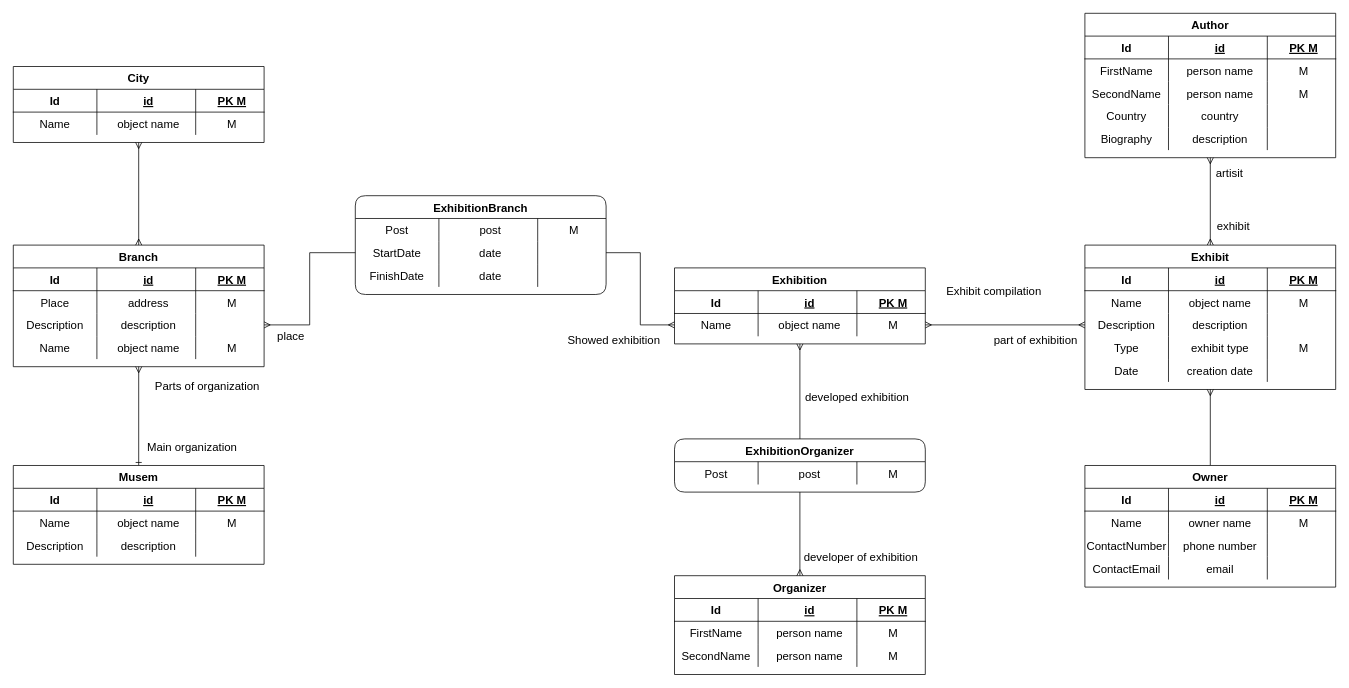
Earlier version of the draw.io diagram Musem.drawio (sergalb/db-musem-project). Source tidied: cells renumbered, new cells numbered last; positions are measured from the earlier drawing's top-left corner, leaving out a move shared by most shapes. Both pictures are drawn from the tidied source at 76%, with x=0, y=0 at pixel (13, 13).
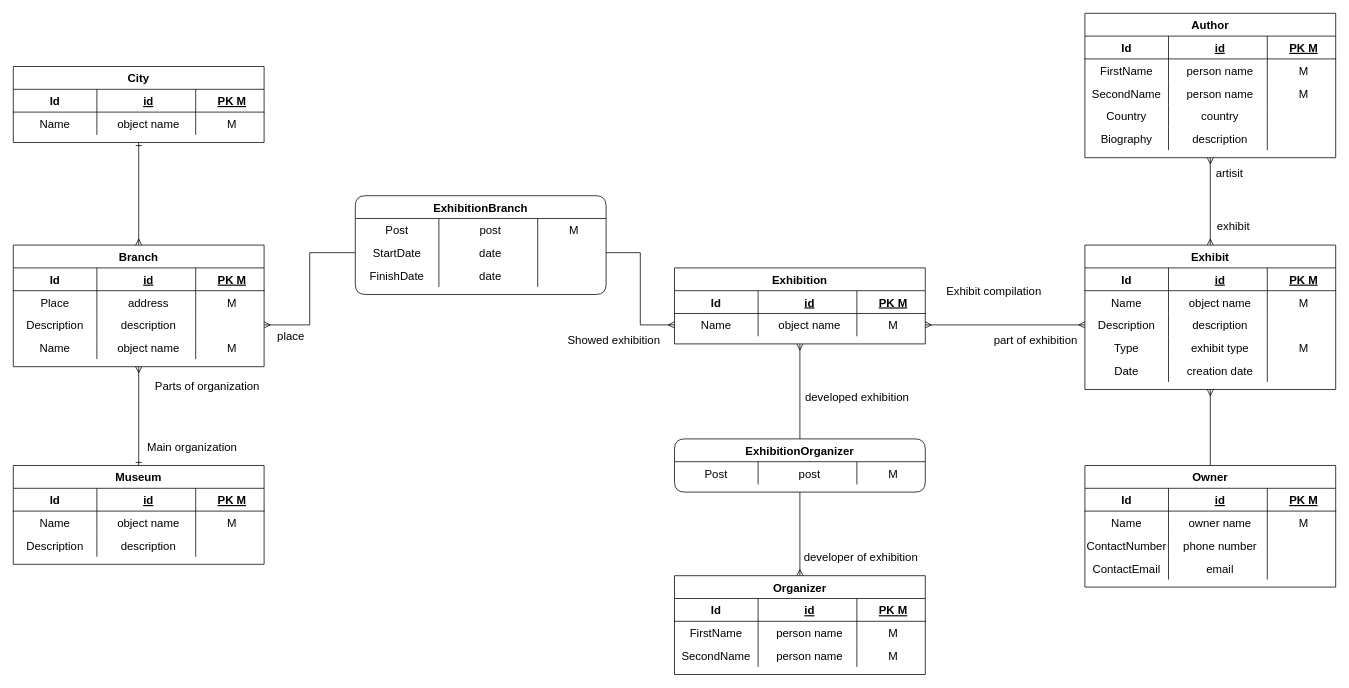
Above is the later version.

The change refers to these unchanged cells:
```xml
<mxCell id="16" value="Branch" style="shape=table;startSize=30;childLayout=tableLayout;rowLines=0;fontStyle=1;align=center;fontSize=15;" parent="1" vertex="1">
  <mxGeometry y="305" width="330" height="160" as="geometry" />
</mxCell>
<mxCell id="150" value="City" style="shape=table;startSize=30;childLayout=tableLayout;rowLines=0;fontStyle=1;align=center;fontSize=15;" parent="1" vertex="1">
  <mxGeometry y="70" width="330" height="100" as="geometry" />
</mxCell>
```

What changed in the source:
```diff
@@
-    <mxCell id="3" value="Musem" style="shape=table;startSize=30;childLayout=tableLayout;rowLines=0;fontStyle=1;align=center;fontSize=15;" parent="1" vertex="1">
+    <mxCell id="3" value="Museum" style="shape=table;startSize=30;childLayout=tableLayout;rowLines=0;fontStyle=1;align=center;fontSize=15;" parent="1" vertex="1">
       <mxGeometry y="595" width="330" height="130" as="geometry" />
     </mxCell>
@@
-    <mxCell id="149" style="edgeStyle=orthogonalEdgeStyle;rounded=0;jettySize=auto;html=1;exitX=0.5;exitY=1;exitDx=0;exitDy=0;entryX=0.5;entryY=0;entryDx=0;entryDy=0;startArrow=ERmany;startFill=0;endArrow=ERmany;endFill=0;fontSize=15;" parent="1" edge="1" source="150" target="16">
+    <mxCell id="149" style="edgeStyle=orthogonalEdgeStyle;rounded=0;jettySize=auto;html=1;exitX=0.5;exitY=1;exitDx=0;exitDy=0;entryX=0.5;entryY=0;entryDx=0;entryDy=0;startArrow=ERone;startFill=0;endArrow=ERmany;endFill=0;fontSize=15;" parent="1" edge="1" source="150" target="16">
       <mxGeometry relative="1" as="geometry" />
     </mxCell>
```
